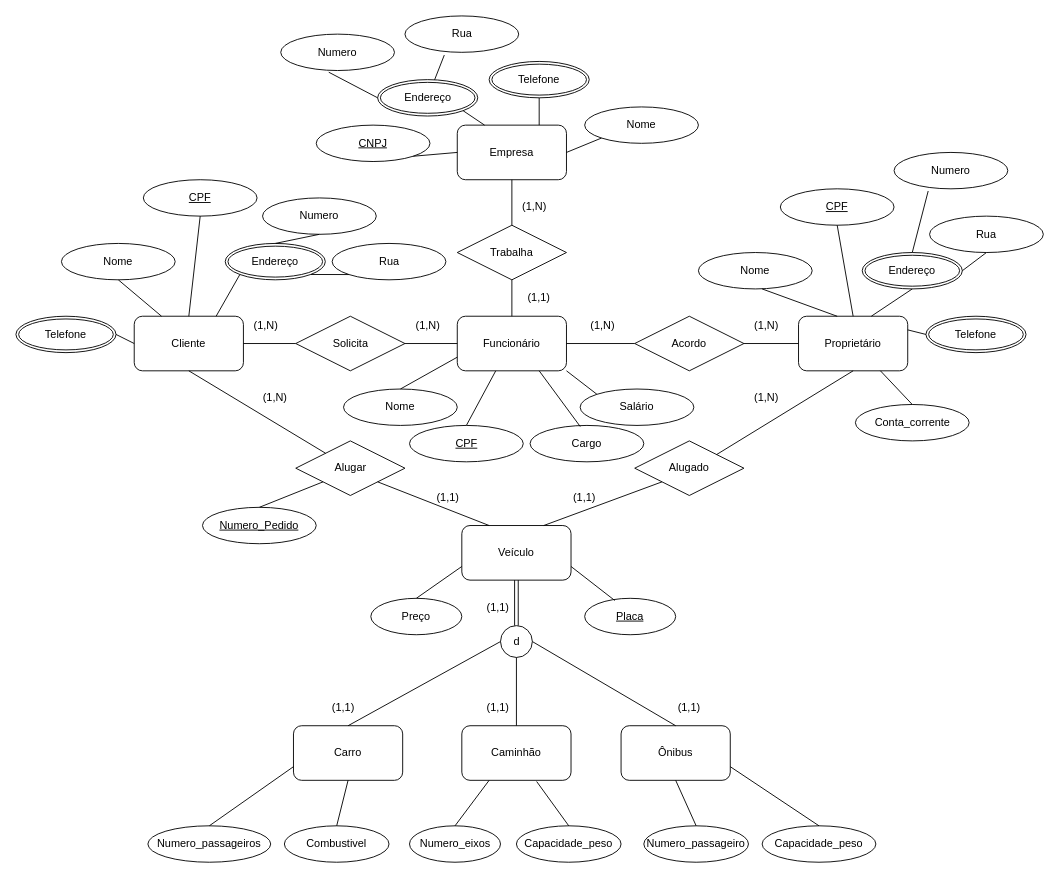
Earlier version of the draw.io diagram Diagrama bd FastCAR.drawio (Marc536/Teste_2). Source tidied: cells renumbered, new cells numbered last; positions are measured from the earlier drawing's top-left corner, leaving out a move shared by most shapes. Both pictures are drawn from the tidied source at 91%, with x=0, y=0 at pixel (15, 15).
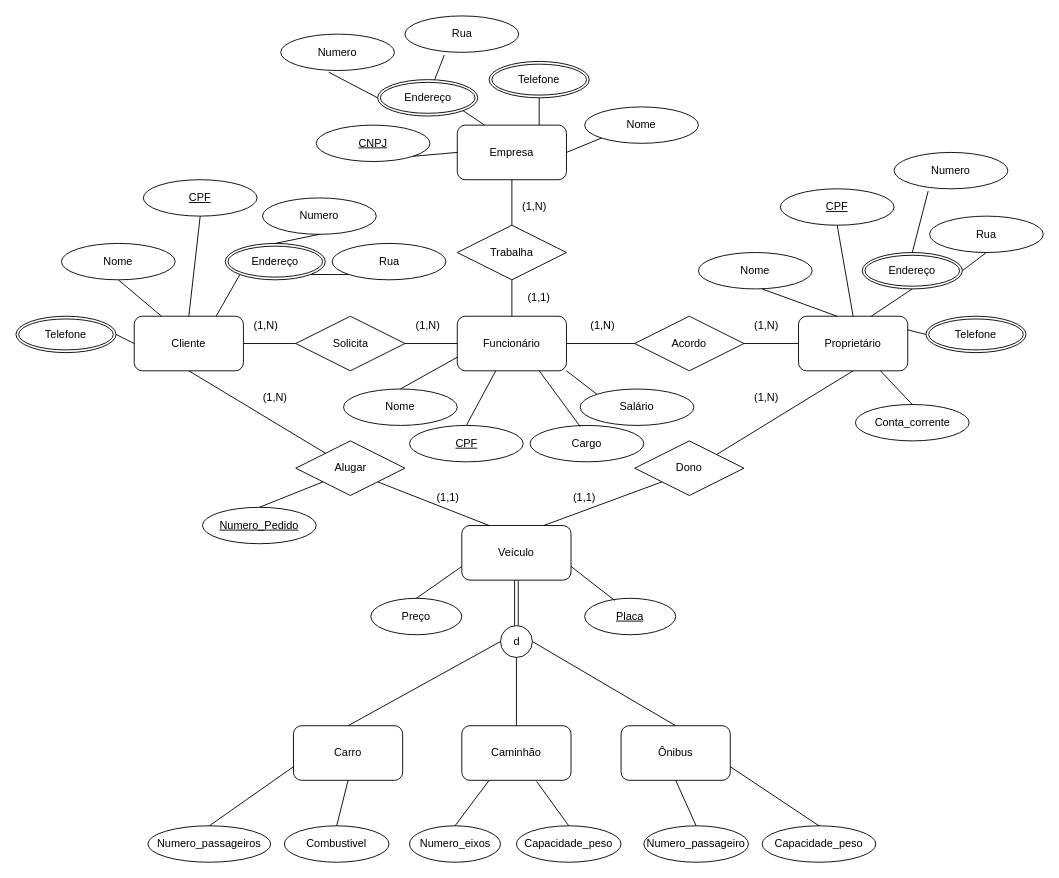
The same page after the edit.

Diff of the diagram source:
```diff
@@
-    <mxCell id="35" value="Alugado" style="shape=rhombus;perimeter=rhombusPerimeter;whiteSpace=wrap;html=1;align=center;" parent="1" vertex="1">
+    <mxCell id="35" value="Dono" style="shape=rhombus;perimeter=rhombusPerimeter;whiteSpace=wrap;html=1;align=center;" parent="1" vertex="1">
       <mxGeometry x="680" y="467" width="120" height="60" as="geometry" />
     </mxCell>
@@
-    <mxCell id="92" value="(1,1)" style="text;html=1;strokeColor=none;fillColor=none;align=center;verticalAlign=middle;whiteSpace=wrap;rounded=0;" parent="1" vertex="1">
-      <mxGeometry x="510" y="640" width="40" height="20" as="geometry" />
-    </mxCell>
-    <mxCell id="93" value="(1,1)" style="text;html=1;strokeColor=none;fillColor=none;align=center;verticalAlign=middle;whiteSpace=wrap;rounded=0;" parent="1" vertex="1">
-      <mxGeometry x="340" y="750" width="40" height="20" as="geometry" />
-    </mxCell>
-    <mxCell id="94" value="(1,1)" style="text;html=1;strokeColor=none;fillColor=none;align=center;verticalAlign=middle;whiteSpace=wrap;rounded=0;" parent="1" vertex="1">
-      <mxGeometry x="510" y="750" width="40" height="20" as="geometry" />
-    </mxCell>
-    <mxCell id="95" value="(1,1)" style="text;html=1;strokeColor=none;fillColor=none;align=center;verticalAlign=middle;whiteSpace=wrap;rounded=0;" parent="1" vertex="1">
-      <mxGeometry x="720" y="750" width="40" height="20" as="geometry" />
-    </mxCell>
```
